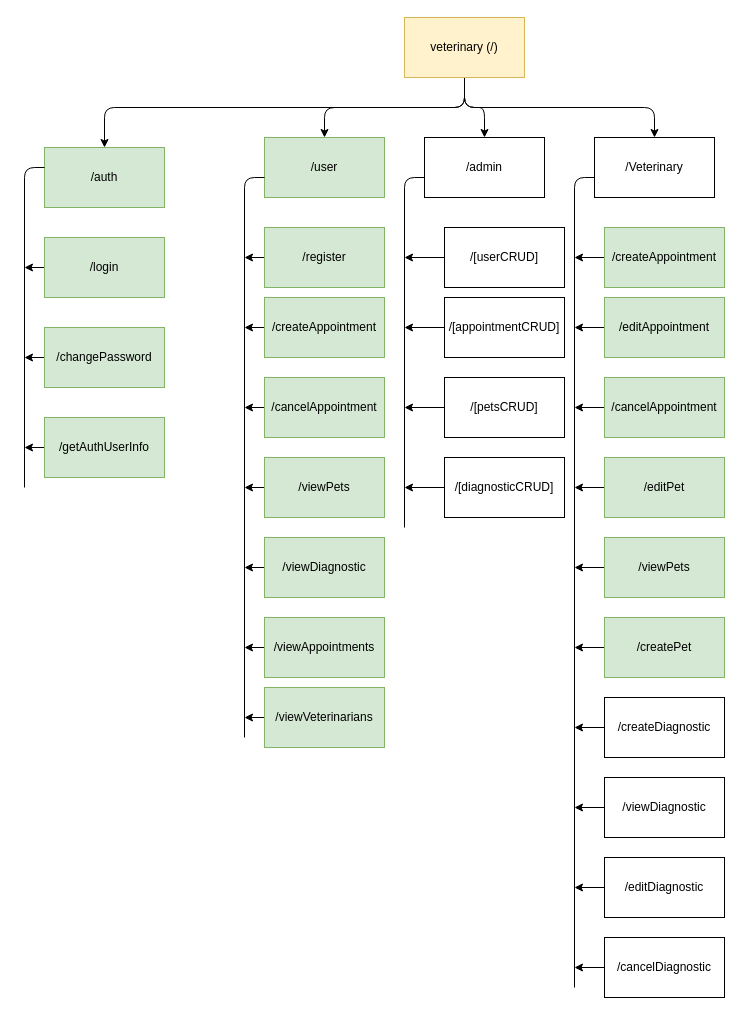
Before: diagrams/NAV.drawio in fernandoach/API-VETERINARY, a draw.io diagram. Source tidied: cells renumbered, new cells numbered last; positions are measured from the earlier drawing's top-left corner, leaving out a move shared by most shapes. Both pictures are drawn from the tidied source at 100%, with x=0, y=0 at pixel (24, 17).
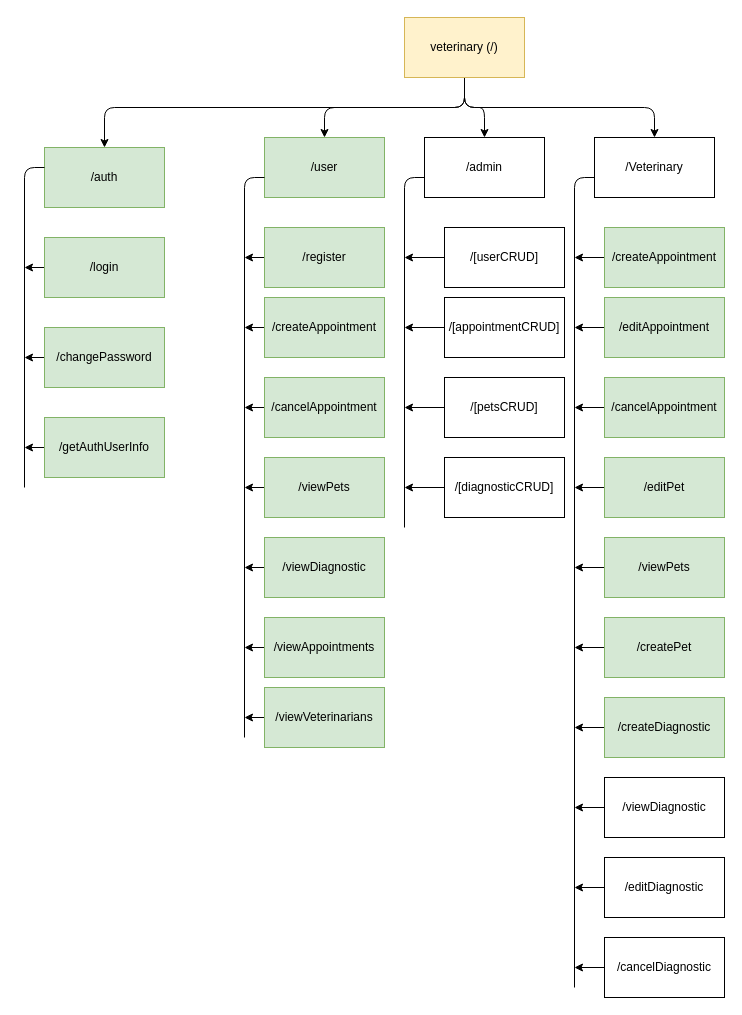
Above is the later version.

The edit, as a diff of the source:
```diff
@@
-    <mxCell id="58" value="/createDiagnostic" style="rounded=0;whiteSpace=wrap;html=1;" parent="1" vertex="1">
+    <mxCell id="58" value="/createDiagnostic" style="rounded=0;whiteSpace=wrap;html=1;fillColor=#d5e8d4;strokeColor=#82b366;" parent="1" vertex="1">
       <mxGeometry x="580" y="680" width="120" height="60" as="geometry" />
     </mxCell>
```
